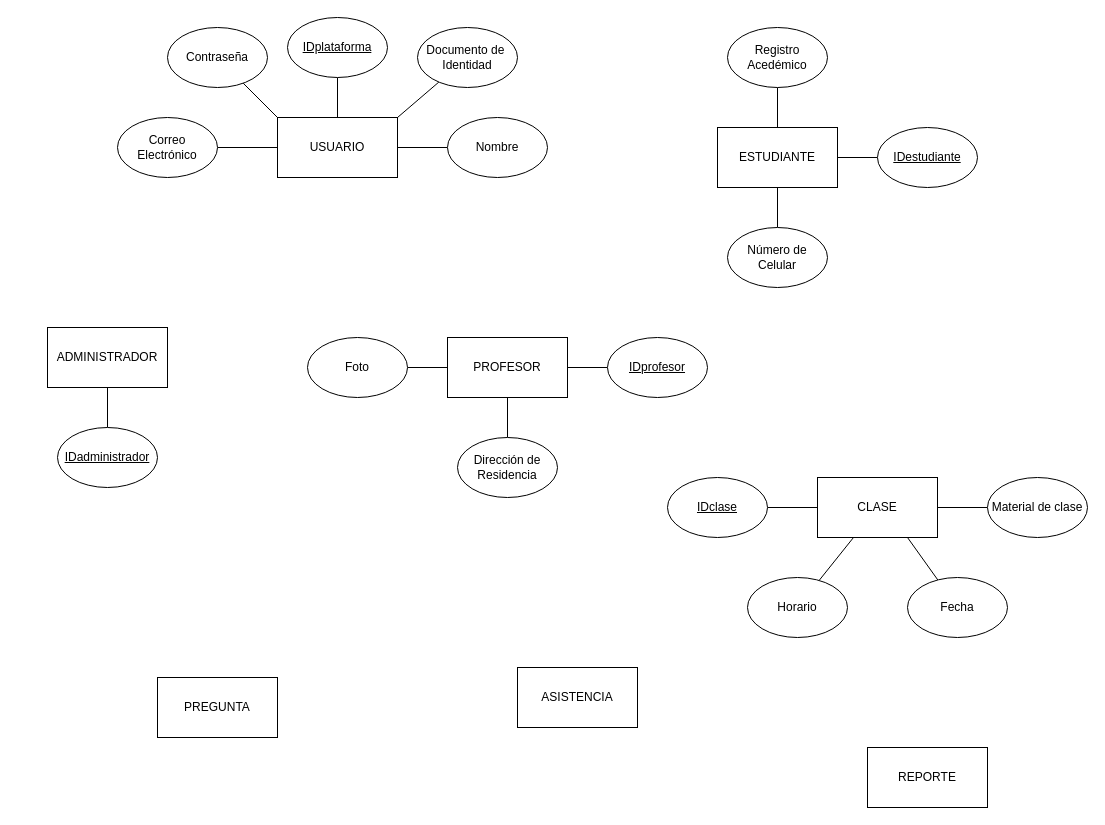
Earlier version of the draw.io diagram Attenzio Entidad-Relación.drawio (18luisc/Attenzio). Source tidied: cells renumbered, new cells numbered last; positions are measured from the earlier drawing's top-left corner, leaving out a move shared by most shapes. Both pictures are drawn from the tidied source at 100%, with x=0, y=0 at pixel (47, 17).
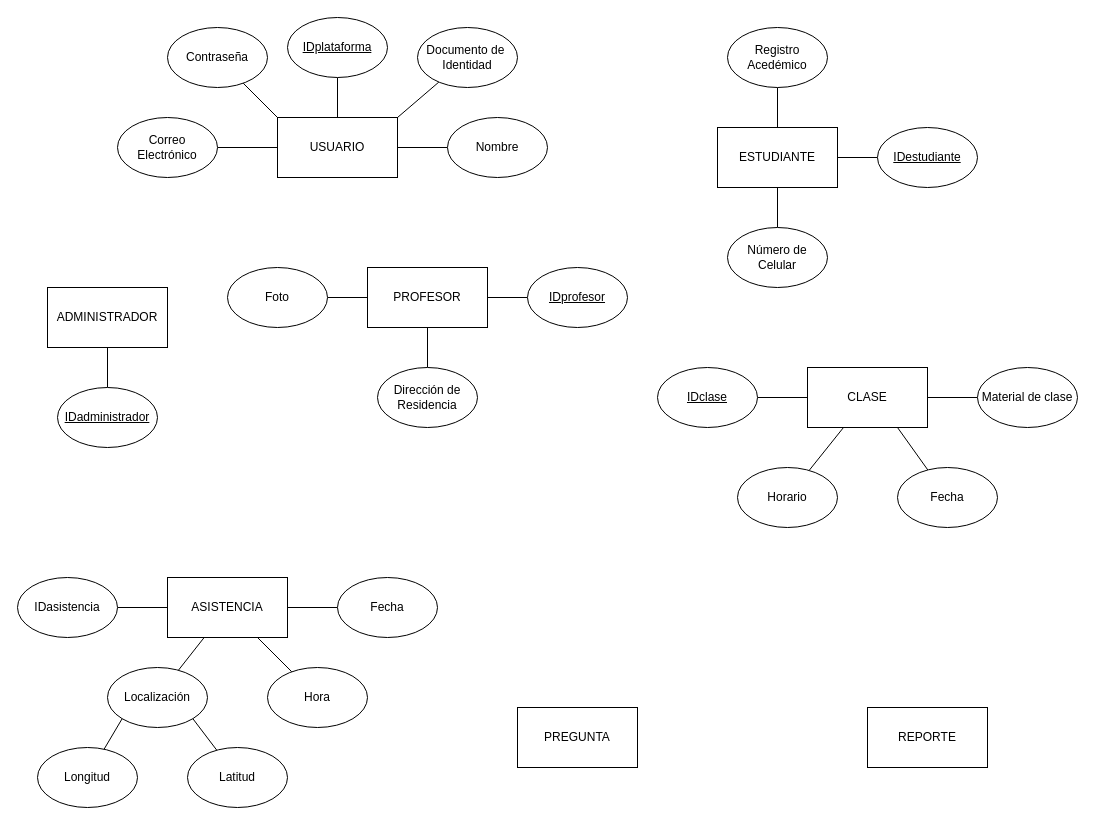
Above is the later version.

Commit message:
Se agregan los atributos a la entidad Asistencia

Change to the diagram source:
```diff
@@
     <mxCell id="11" value="PROFESOR" style="rounded=0;whiteSpace=wrap;html=1;" parent="1" vertex="1">
-      <mxGeometry x="400" y="320" width="120" height="60" as="geometry" />
+      <mxGeometry x="320" y="250" width="120" height="60" as="geometry" />
     </mxCell>
@@
     <mxCell id="13" value="ADMINISTRADOR" style="rounded=0;whiteSpace=wrap;html=1;" parent="1" vertex="1">
-      <mxGeometry y="310" width="120" height="60" as="geometry" />
+      <mxGeometry y="270" width="120" height="60" as="geometry" />
     </mxCell>
@@
     <mxCell id="15" value="CLASE" style="rounded=0;whiteSpace=wrap;html=1;" parent="1" vertex="1">
-      <mxGeometry x="770" y="460" width="120" height="60" as="geometry" />
+      <mxGeometry x="760" y="350" width="120" height="60" as="geometry" />
     </mxCell>
+    <mxCell id="42" style="rounded=0;jettySize=auto;html=1;endArrow=none;endFill=0;" parent="1" edge="1" source="16" target="53">
+      <mxGeometry relative="1" as="geometry" />
+    </mxCell>
+    <mxCell id="43" style="rounded=0;jettySize=auto;html=1;endArrow=none;endFill=0;" parent="1" edge="1" source="16" target="44">
+      <mxGeometry relative="1" as="geometry" />
+    </mxCell>
     <mxCell id="16" value="ASISTENCIA" style="rounded=0;whiteSpace=wrap;html=1;" parent="1" vertex="1">
-      <mxGeometry x="470" y="650" width="120" height="60" as="geometry" />
+      <mxGeometry x="120" y="560" width="120" height="60" as="geometry" />
     </mxCell>
     <mxCell id="17" value="PREGUNTA" style="rounded=0;whiteSpace=wrap;html=1;" parent="1" vertex="1">
-      <mxGeometry x="110" y="660" width="120" height="60" as="geometry" />
+      <mxGeometry x="470" y="690" width="120" height="60" as="geometry" />
     </mxCell>
     <mxCell id="18" value="REPORTE" style="rounded=0;whiteSpace=wrap;html=1;" parent="1" vertex="1">
-      <mxGeometry x="820" y="730" width="120" height="60" as="geometry" />
+      <mxGeometry x="820" y="690" width="120" height="60" as="geometry" />
     </mxCell>
@@
     <mxCell id="28" value="&lt;u&gt;IDprofesor&lt;/u&gt;" style="ellipse;whiteSpace=wrap;html=1;" parent="1" vertex="1">
-      <mxGeometry x="560" y="320" width="100" height="60" as="geometry" />
+      <mxGeometry x="480" y="250" width="100" height="60" as="geometry" />
     </mxCell>
     <mxCell id="29" value="&lt;u&gt;IDadministrador&lt;/u&gt;" style="ellipse;whiteSpace=wrap;html=1;" parent="1" vertex="1">
-      <mxGeometry x="10" y="410" width="100" height="60" as="geometry" />
+      <mxGeometry x="10" y="370" width="100" height="60" as="geometry" />
     </mxCell>
     <mxCell id="30" value="Dirección de Residencia" style="ellipse;whiteSpace=wrap;html=1;" parent="1" vertex="1">
-      <mxGeometry x="410" y="420" width="100" height="60" as="geometry" />
+      <mxGeometry x="330" y="350" width="100" height="60" as="geometry" />
     </mxCell>
     <mxCell id="31" value="Foto" style="ellipse;whiteSpace=wrap;html=1;" parent="1" vertex="1">
-      <mxGeometry x="260" y="320" width="100" height="60" as="geometry" />
+      <mxGeometry x="180" y="250" width="100" height="60" as="geometry" />
     </mxCell>
@@
     <mxCell id="35" value="&lt;u&gt;IDclase&lt;/u&gt;" style="ellipse;whiteSpace=wrap;html=1;" parent="1" vertex="1">
-      <mxGeometry x="620" y="460" width="100" height="60" as="geometry" />
+      <mxGeometry x="610" y="350" width="100" height="60" as="geometry" />
     </mxCell>
@@
     <mxCell id="37" value="Fecha" style="ellipse;whiteSpace=wrap;html=1;" parent="1" vertex="1">
-      <mxGeometry x="860" y="560" width="100" height="60" as="geometry" />
+      <mxGeometry x="850" y="450" width="100" height="60" as="geometry" />
     </mxCell>
@@
     <mxCell id="39" value="Horario" style="ellipse;whiteSpace=wrap;html=1;" parent="1" vertex="1">
-      <mxGeometry x="700" y="560" width="100" height="60" as="geometry" />
+      <mxGeometry x="690" y="450" width="100" height="60" as="geometry" />
     </mxCell>
@@
     <mxCell id="41" value="Material de clase" style="ellipse;whiteSpace=wrap;html=1;" parent="1" vertex="1">
-      <mxGeometry x="940" y="460" width="100" height="60" as="geometry" />
+      <mxGeometry x="930" y="350" width="100" height="60" as="geometry" />
     </mxCell>
+    <mxCell id="44" value="Fecha" style="ellipse;whiteSpace=wrap;html=1;" parent="1" vertex="1">
+      <mxGeometry x="290" y="560" width="100" height="60" as="geometry" />
+    </mxCell>
+    <mxCell id="45" style="rounded=0;jettySize=auto;html=1;entryX=0.75;entryY=1;entryDx=0;entryDy=0;endArrow=none;endFill=0;" parent="1" edge="1" source="46" target="16">
+      <mxGeometry relative="1" as="geometry" />
+    </mxCell>
+    <mxCell id="46" value="Hora" style="ellipse;whiteSpace=wrap;html=1;" parent="1" vertex="1">
+      <mxGeometry x="220" y="650" width="100" height="60" as="geometry" />
+    </mxCell>
+    <mxCell id="47" style="rounded=0;jettySize=auto;html=1;endArrow=none;endFill=0;" parent="1" edge="1" source="48" target="16">
+      <mxGeometry relative="1" as="geometry" />
+    </mxCell>
+    <mxCell id="48" value="Localización" style="ellipse;whiteSpace=wrap;html=1;" parent="1" vertex="1">
+      <mxGeometry x="60" y="650" width="100" height="60" as="geometry" />
+    </mxCell>
+    <mxCell id="49" style="rounded=0;jettySize=auto;html=1;entryX=0;entryY=1;entryDx=0;entryDy=0;endArrow=none;endFill=0;" parent="1" edge="1" source="50" target="48">
+      <mxGeometry relative="1" as="geometry" />
+    </mxCell>
+    <mxCell id="50" value="Longitud" style="ellipse;whiteSpace=wrap;html=1;" parent="1" vertex="1">
+      <mxGeometry x="-10" y="730" width="100" height="60" as="geometry" />
+    </mxCell>
+    <mxCell id="51" style="rounded=0;jettySize=auto;html=1;endArrow=none;endFill=0;entryX=1;entryY=1;entryDx=0;entryDy=0;" parent="1" edge="1" source="52" target="48">
+      <mxGeometry relative="1" as="geometry" />
+    </mxCell>
+    <mxCell id="52" value="Latitud" style="ellipse;whiteSpace=wrap;html=1;" parent="1" vertex="1">
+      <mxGeometry x="140" y="730" width="100" height="60" as="geometry" />
+    </mxCell>
+    <mxCell id="53" value="IDasistencia" style="ellipse;whiteSpace=wrap;html=1;" parent="1" vertex="1">
+      <mxGeometry x="-30" y="560" width="100" height="60" as="geometry" />
+    </mxCell>
```
